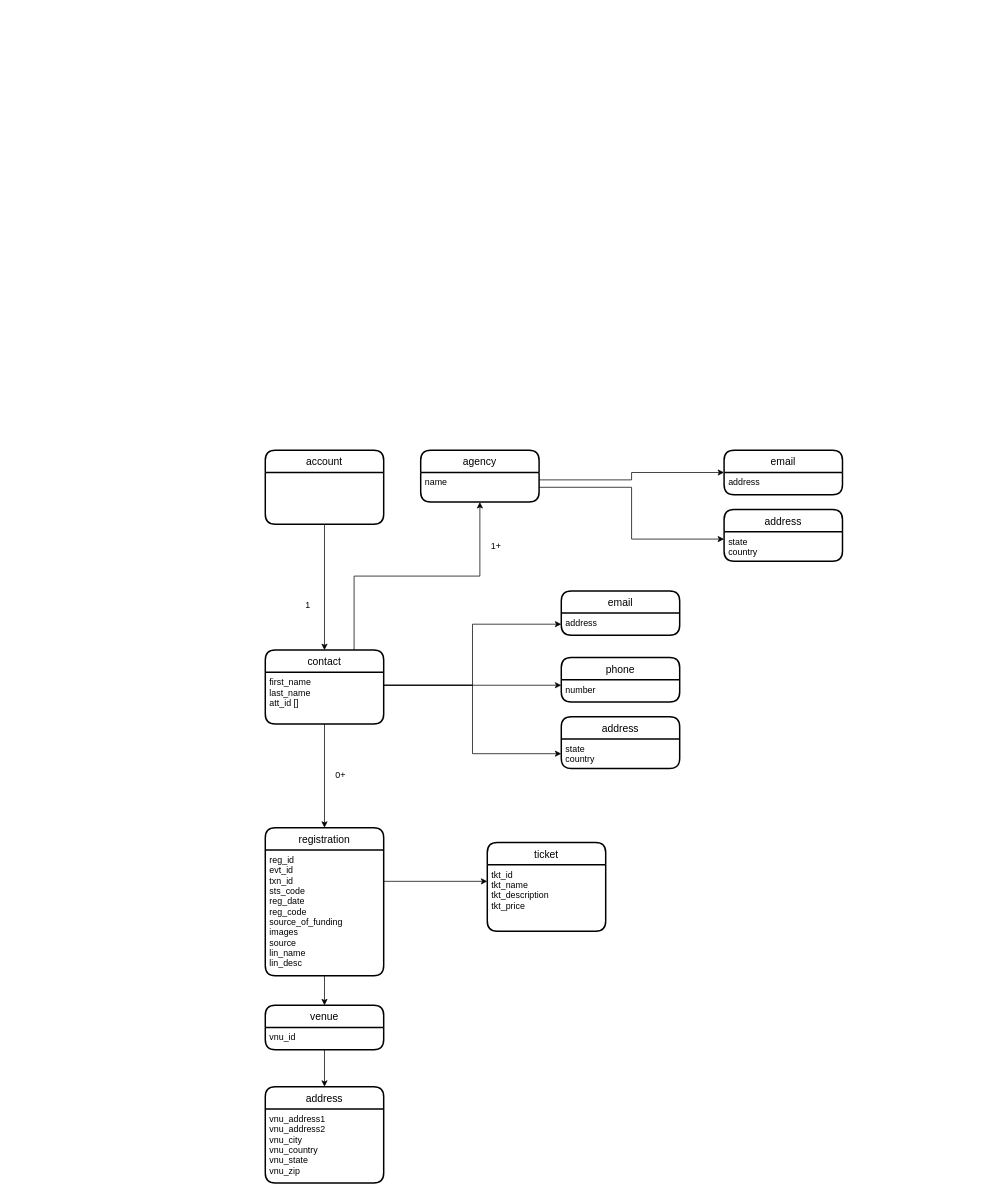
Earlier version of the draw.io diagram street-cops-data.drawio (razaman2/diagram). Source tidied: cells renumbered, new cells numbered last; positions are measured from the earlier drawing's top-left corner, leaving out a move shared by most shapes. Both pictures are drawn from the tidied source at 74%, with x=0, y=0 at pixel (265, 450).
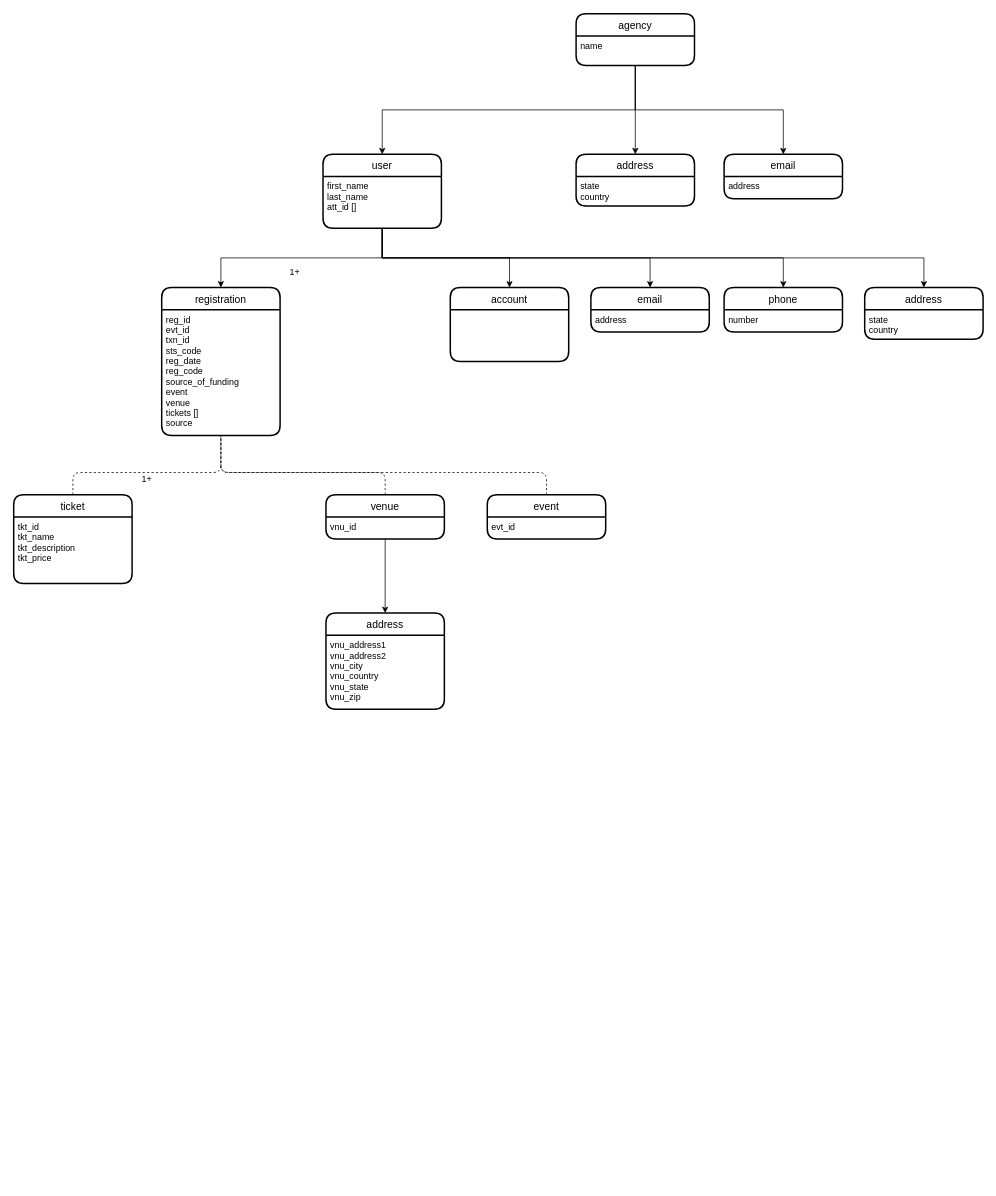
The same page after the edit.

Commit message:
updated the collection relationships

The change refers to these unchanged cells:
```xml
<mxCell id="8" value="number" style="align=left;strokeColor=none;fillColor=none;spacingLeft=4;fontSize=12;verticalAlign=top;" parent="7" vertex="1">
  <mxGeometry y="30" width="160" height="30" as="geometry" />
</mxCell>
<mxCell id="34" value="vnu_id" style="align=left;strokeColor=none;fillColor=none;spacingLeft=4;fontSize=12;verticalAlign=top;" parent="33" vertex="1">
  <mxGeometry y="30" width="160" height="30" as="geometry" />
</mxCell>
```

The edit, as a diff of the source:
```diff
@@
-    <mxCell id="2" style="edgeStyle=orthogonalEdgeStyle;rounded=0;jettySize=auto;html=1;exitX=0.75;exitY=0;exitDx=0;exitDy=0;entryX=0.5;entryY=1;entryDx=0;entryDy=0;" parent="1" edge="1" source="3" target="12">
-      <mxGeometry relative="1" as="geometry" />
-    </mxCell>
-    <mxCell id="3" value="contact" style="swimlane;horizontal=1;startSize=30;rounded=1;fontSize=14;fontStyle=0;strokeWidth=2;shadow=0;dashed=0;align=center;" parent="1" vertex="1">
-      <mxGeometry y="270" width="160" height="100" as="geometry" />
-    </mxCell>
+    <mxCell id="15" value="address" style="swimlane;horizontal=1;startSize=30;rounded=1;fontSize=14;fontStyle=0;strokeWidth=2;shadow=0;dashed=0;align=center;" parent="1" vertex="1">
+      <mxGeometry x="810" y="-220" width="160" height="70" as="geometry" />
+    </mxCell>
+    <mxCell id="16" value="state&#10;country" style="align=left;strokeColor=none;fillColor=none;spacingLeft=4;fontSize=12;verticalAlign=top;" parent="15" vertex="1">
+      <mxGeometry y="30" width="160" height="40" as="geometry" />
+    </mxCell>
+    <mxCell id="24" value="ticket" style="swimlane;horizontal=1;startSize=30;rounded=1;fontSize=14;fontStyle=0;strokeWidth=2;shadow=0;dashed=0;align=center;" parent="1" vertex="1">
+      <mxGeometry x="-340" y="60" width="160" height="120" as="geometry" />
+    </mxCell>
+    <mxCell id="25" value="tkt_id&#10;tkt_name&#10;tkt_description&#10;tkt_price" style="align=left;strokeColor=none;fillColor=none;spacingLeft=4;fontSize=12;verticalAlign=top;" parent="24" vertex="1">
+      <mxGeometry y="30" width="160" height="90" as="geometry" />
+    </mxCell>
+    <mxCell id="11" value="agency" style="swimlane;horizontal=1;startSize=30;rounded=1;fontSize=14;fontStyle=0;strokeWidth=2;shadow=0;dashed=0;align=center;" parent="1" vertex="1">
+      <mxGeometry x="420" y="-590" width="160" height="70" as="geometry" />
+    </mxCell>
+    <mxCell id="12" value="name" style="align=left;strokeColor=none;fillColor=none;spacingLeft=4;fontSize=12;verticalAlign=top;" parent="11" vertex="1">
+      <mxGeometry y="30" width="160" height="40" as="geometry" />
+    </mxCell>
+    <mxCell id="39" value="email" style="swimlane;horizontal=1;startSize=30;rounded=1;fontSize=14;fontStyle=0;strokeWidth=2;shadow=0;dashed=0;align=center;" parent="1" vertex="1">
+      <mxGeometry x="620" y="-400" width="160" height="60" as="geometry" />
+    </mxCell>
+    <mxCell id="40" value="address" style="align=left;strokeColor=none;fillColor=none;spacingLeft=4;fontSize=12;verticalAlign=top;" parent="39" vertex="1">
+      <mxGeometry y="30" width="160" height="30" as="geometry" />
+    </mxCell>
+    <mxCell id="41" value="address" style="swimlane;horizontal=1;startSize=30;rounded=1;fontSize=14;fontStyle=0;strokeWidth=2;shadow=0;dashed=0;align=center;" parent="1" vertex="1">
+      <mxGeometry x="420" y="-400" width="160" height="70" as="geometry" />
+    </mxCell>
+    <mxCell id="10" value="state&#10;country" style="align=left;strokeColor=none;fillColor=none;spacingLeft=4;fontSize=12;verticalAlign=top;" parent="41" vertex="1">
+      <mxGeometry y="30" width="160" height="40" as="geometry" />
+    </mxCell>
+    <mxCell id="42" style="edgeStyle=orthogonalEdgeStyle;rounded=0;jettySize=auto;html=1;exitX=0.5;exitY=1;exitDx=0;exitDy=0;" parent="1" edge="1" source="12" target="41">
+      <mxGeometry relative="1" as="geometry" />
+    </mxCell>
+    <mxCell id="43" style="edgeStyle=orthogonalEdgeStyle;rounded=0;jettySize=auto;html=1;exitX=0.5;exitY=1;exitDx=0;exitDy=0;" parent="1" edge="1" source="12" target="39">
+      <mxGeometry relative="1" as="geometry" />
+    </mxCell>
+    <mxCell id="44" value="user" style="swimlane;horizontal=1;startSize=30;rounded=1;fontSize=14;fontStyle=0;strokeWidth=2;shadow=0;dashed=0;align=center;" parent="1" vertex="1">
+      <mxGeometry x="78" y="-400" width="160" height="100" as="geometry" />
+    </mxCell>
-    <mxCell id="4" value="first_name&#10;last_name&#10;att_id []" style="align=left;strokeColor=none;fillColor=none;spacingLeft=4;fontSize=12;verticalAlign=top;" parent="3" vertex="1">
+    <mxCell id="4" value="first_name&#10;last_name&#10;att_id []" style="align=left;strokeColor=none;fillColor=none;spacingLeft=4;fontSize=12;verticalAlign=top;" parent="44" vertex="1">
       <mxGeometry y="30" width="160" height="70" as="geometry" />
     </mxCell>
-    <mxCell id="5" value="email" style="swimlane;horizontal=1;startSize=30;rounded=1;fontSize=14;fontStyle=0;strokeWidth=2;shadow=0;dashed=0;align=center;" parent="1" vertex="1">
-      <mxGeometry x="400" y="190" width="160" height="60" as="geometry" />
-    </mxCell>
-    <mxCell id="6" value="address" style="align=left;strokeColor=none;fillColor=none;spacingLeft=4;fontSize=12;verticalAlign=top;" parent="5" vertex="1">
-      <mxGeometry y="30" width="160" height="30" as="geometry" />
-    </mxCell>
+    <mxCell id="45" style="edgeStyle=orthogonalEdgeStyle;rounded=0;jettySize=auto;html=1;exitX=0.5;exitY=1;exitDx=0;exitDy=0;entryX=0.5;entryY=0;entryDx=0;entryDy=0;" parent="1" edge="1" source="12" target="44">
+      <mxGeometry relative="1" as="geometry" />
+    </mxCell>
+    <mxCell id="28" value="account" style="swimlane;horizontal=1;startSize=30;rounded=1;fontSize=14;fontStyle=0;strokeWidth=2;shadow=0;dashed=0;align=center;" parent="1" vertex="1">
+      <mxGeometry x="250" y="-220" width="160" height="100" as="geometry" />
+    </mxCell>
+    <mxCell id="46" style="edgeStyle=orthogonalEdgeStyle;rounded=0;jettySize=auto;html=1;exitX=0.5;exitY=1;exitDx=0;exitDy=0;" parent="1" edge="1" source="4" target="28">
+      <mxGeometry relative="1" as="geometry" />
+    </mxCell>
+    <mxCell id="47" value="email" style="swimlane;horizontal=1;startSize=30;rounded=1;fontSize=14;fontStyle=0;strokeWidth=2;shadow=0;dashed=0;align=center;" parent="1" vertex="1">
+      <mxGeometry x="440" y="-220" width="160" height="60" as="geometry" />
+    </mxCell>
+    <mxCell id="48" value="address" style="align=left;strokeColor=none;fillColor=none;spacingLeft=4;fontSize=12;verticalAlign=top;" parent="47" vertex="1">
+      <mxGeometry y="30" width="160" height="30" as="geometry" />
+    </mxCell>
+    <mxCell id="49" style="edgeStyle=orthogonalEdgeStyle;rounded=0;jettySize=auto;html=1;exitX=0.5;exitY=1;exitDx=0;exitDy=0;entryX=0.5;entryY=0;entryDx=0;entryDy=0;" parent="1" edge="1" source="4" target="47">
+      <mxGeometry relative="1" as="geometry" />
+    </mxCell>
     <mxCell id="7" value="phone" style="swimlane;horizontal=1;startSize=30;rounded=1;fontSize=14;fontStyle=0;strokeWidth=2;shadow=0;dashed=0;align=center;" parent="1" vertex="1">
-      <mxGeometry x="400" y="280" width="160" height="60" as="geometry" />
+      <mxGeometry x="620" y="-220" width="160" height="60" as="geometry" />
     </mxCell>
@@
-    <mxCell id="9" value="address" style="swimlane;horizontal=1;startSize=30;rounded=1;fontSize=14;fontStyle=0;strokeWidth=2;shadow=0;dashed=0;align=center;" parent="1" vertex="1">
-      <mxGeometry x="400" y="360" width="160" height="70" as="geometry" />
-    </mxCell>
-    <mxCell id="10" value="state&#10;country" style="align=left;strokeColor=none;fillColor=none;spacingLeft=4;fontSize=12;verticalAlign=top;" parent="9" vertex="1">
-      <mxGeometry y="30" width="160" height="40" as="geometry" />
-    </mxCell>
-    <mxCell id="11" value="agency" style="swimlane;horizontal=1;startSize=30;rounded=1;fontSize=14;fontStyle=0;strokeWidth=2;shadow=0;dashed=0;align=center;" parent="1" vertex="1">
-      <mxGeometry x="210" width="160" height="70" as="geometry" />
-    </mxCell>
-    <mxCell id="12" value="name" style="align=left;strokeColor=none;fillColor=none;spacingLeft=4;fontSize=12;verticalAlign=top;" parent="11" vertex="1">
-      <mxGeometry y="30" width="160" height="40" as="geometry" />
-    </mxCell>
-    <mxCell id="13" value="email" style="swimlane;horizontal=1;startSize=30;rounded=1;fontSize=14;fontStyle=0;strokeWidth=2;shadow=0;dashed=0;align=center;" parent="1" vertex="1">
-      <mxGeometry x="620" width="160" height="60" as="geometry" />
-    </mxCell>
-    <mxCell id="14" value="address" style="align=left;strokeColor=none;fillColor=none;spacingLeft=4;fontSize=12;verticalAlign=top;" parent="13" vertex="1">
-      <mxGeometry y="30" width="160" height="30" as="geometry" />
-    </mxCell>
-    <mxCell id="15" value="address" style="swimlane;horizontal=1;startSize=30;rounded=1;fontSize=14;fontStyle=0;strokeWidth=2;shadow=0;dashed=0;align=center;" parent="1" vertex="1">
-      <mxGeometry x="620" y="80" width="160" height="70" as="geometry" />
-    </mxCell>
-    <mxCell id="16" value="state&#10;country" style="align=left;strokeColor=none;fillColor=none;spacingLeft=4;fontSize=12;verticalAlign=top;" parent="15" vertex="1">
-      <mxGeometry y="30" width="160" height="40" as="geometry" />
-    </mxCell>
-    <mxCell id="17" style="edgeStyle=orthogonalEdgeStyle;rounded=0;jettySize=auto;html=1;exitX=1;exitY=0.25;exitDx=0;exitDy=0;entryX=0;entryY=0.5;entryDx=0;entryDy=0;" parent="1" edge="1" source="12" target="13">
-      <mxGeometry relative="1" as="geometry" />
-    </mxCell>
-    <mxCell id="18" style="edgeStyle=orthogonalEdgeStyle;rounded=0;jettySize=auto;html=1;exitX=1;exitY=0.5;exitDx=0;exitDy=0;entryX=0;entryY=0.25;entryDx=0;entryDy=0;" parent="1" edge="1" source="12" target="16">
-      <mxGeometry relative="1" as="geometry" />
-    </mxCell>
-    <mxCell id="19" style="edgeStyle=orthogonalEdgeStyle;rounded=0;jettySize=auto;html=1;exitX=1;exitY=0.25;exitDx=0;exitDy=0;entryX=0;entryY=0.5;entryDx=0;entryDy=0;" parent="1" edge="1" source="4" target="6">
-      <mxGeometry relative="1" as="geometry" />
-    </mxCell>
-    <mxCell id="20" style="edgeStyle=orthogonalEdgeStyle;rounded=0;jettySize=auto;html=1;exitX=1;exitY=0.25;exitDx=0;exitDy=0;entryX=0;entryY=0.5;entryDx=0;entryDy=0;" parent="1" edge="1" source="4" target="10">
-      <mxGeometry relative="1" as="geometry" />
-    </mxCell>
+    <mxCell id="50" style="edgeStyle=orthogonalEdgeStyle;rounded=0;jettySize=auto;html=1;exitX=0.5;exitY=1;exitDx=0;exitDy=0;entryX=0.5;entryY=0;entryDx=0;entryDy=0;" parent="1" edge="1" source="4" target="7">
+      <mxGeometry relative="1" as="geometry" />
+    </mxCell>
     <mxCell id="21" value="registration" style="swimlane;horizontal=1;startSize=30;rounded=1;fontSize=14;fontStyle=0;strokeWidth=2;shadow=0;dashed=0;align=center;" parent="1" vertex="1">
-      <mxGeometry y="510" width="160" height="200" as="geometry" />
+      <mxGeometry x="-140" y="-220" width="160" height="200" as="geometry" />
     </mxCell>
-    <mxCell id="22" value="reg_id&#10;evt_id&#10;txn_id&#10;sts_code&#10;reg_date&#10;reg_code&#10;source_of_funding&#10;images&#10;source&#10;lin_name&#10;lin_desc" style="align=left;strokeColor=none;fillColor=none;spacingLeft=4;fontSize=12;verticalAlign=top;" parent="21" vertex="1">
-      <mxGeometry y="30" width="160" height="170" as="geometry" />
-    </mxCell>
-    <mxCell id="23" style="edgeStyle=orthogonalEdgeStyle;rounded=0;jettySize=auto;html=1;exitX=1;exitY=0.25;exitDx=0;exitDy=0;entryX=0;entryY=0.25;entryDx=0;entryDy=0;" parent="1" edge="1" source="4" target="8">
-      <mxGeometry relative="1" as="geometry" />
-    </mxCell>
-    <mxCell id="24" value="ticket" style="swimlane;horizontal=1;startSize=30;rounded=1;fontSize=14;fontStyle=0;strokeWidth=2;shadow=0;dashed=0;align=center;" parent="1" vertex="1">
-      <mxGeometry x="300" y="530" width="160" height="120" as="geometry" />
-    </mxCell>
-    <mxCell id="25" value="tkt_id&#10;tkt_name&#10;tkt_description&#10;tkt_price" style="align=left;strokeColor=none;fillColor=none;spacingLeft=4;fontSize=12;verticalAlign=top;" parent="24" vertex="1">
-      <mxGeometry y="30" width="160" height="90" as="geometry" />
-    </mxCell>
-    <mxCell id="26" style="edgeStyle=orthogonalEdgeStyle;rounded=0;jettySize=auto;html=1;exitX=1;exitY=0.25;exitDx=0;exitDy=0;entryX=0;entryY=0.25;entryDx=0;entryDy=0;" parent="1" edge="1" source="22" target="25">
-      <mxGeometry relative="1" as="geometry" />
-    </mxCell>
-    <mxCell id="27" style="edgeStyle=orthogonalEdgeStyle;rounded=0;jettySize=auto;html=1;exitX=0.5;exitY=1;exitDx=0;exitDy=0;entryX=0.5;entryY=0;entryDx=0;entryDy=0;" parent="1" edge="1" source="28" target="3">
-      <mxGeometry relative="1" as="geometry" />
-    </mxCell>
-    <mxCell id="28" value="account" style="swimlane;horizontal=1;startSize=30;rounded=1;fontSize=14;fontStyle=0;strokeWidth=2;shadow=0;dashed=0;align=center;" parent="1" vertex="1">
-      <mxGeometry width="160" height="100" as="geometry" />
-    </mxCell>
+    <mxCell id="51" value="reg_id&#10;evt_id&#10;txn_id&#10;sts_code&#10;reg_date&#10;reg_code&#10;source_of_funding&#10;event&#10;venue&#10;tickets []&#10;source" style="align=left;strokeColor=none;fillColor=none;spacingLeft=4;fontSize=12;verticalAlign=top;" parent="21" vertex="1">
+      <mxGeometry y="30" width="160" height="170" as="geometry" />
+    </mxCell>
@@
-    <mxCell id="30" value="0+" style="text;html=1;strokeColor=none;fillColor=none;align=center;verticalAlign=middle;whiteSpace=wrap;rounded=0;" parent="1" vertex="1">
-      <mxGeometry x="82" y="430" width="40" height="20" as="geometry" />
-    </mxCell>
-    <mxCell id="31" value="1+" style="text;html=1;strokeColor=none;fillColor=none;align=center;verticalAlign=middle;whiteSpace=wrap;rounded=0;" parent="1" vertex="1">
-      <mxGeometry x="292" y="120" width="40" height="20" as="geometry" />
-    </mxCell>
-    <mxCell id="32" value="1" style="text;html=1;strokeColor=none;fillColor=none;align=center;verticalAlign=middle;whiteSpace=wrap;rounded=0;" parent="1" vertex="1">
-      <mxGeometry x="38" y="200" width="40" height="20" as="geometry" />
-    </mxCell>
     <mxCell id="33" value="venue" style="swimlane;horizontal=1;startSize=30;rounded=1;fontSize=14;fontStyle=0;strokeWidth=2;shadow=0;dashed=0;align=center;" parent="1" vertex="1">
-      <mxGeometry y="750" width="160" height="60" as="geometry" />
+      <mxGeometry x="82" y="60" width="160" height="60" as="geometry" />
     </mxCell>
@@
-    <mxCell id="35" value="address" style="swimlane;horizontal=1;startSize=30;rounded=1;fontSize=14;fontStyle=0;strokeWidth=2;shadow=0;dashed=0;align=center;" parent="1" vertex="1">
-      <mxGeometry y="860" width="160" height="130" as="geometry" />
-    </mxCell>
+    <mxCell id="52" value="event" style="swimlane;horizontal=1;startSize=30;rounded=1;fontSize=14;fontStyle=0;strokeWidth=2;shadow=0;dashed=0;align=center;" parent="1" vertex="1">
+      <mxGeometry x="300" y="60" width="160" height="60" as="geometry" />
+    </mxCell>
+    <mxCell id="53" value="evt_id" style="align=left;strokeColor=none;fillColor=none;spacingLeft=4;fontSize=12;verticalAlign=top;" parent="52" vertex="1">
+      <mxGeometry y="30" width="160" height="30" as="geometry" />
+    </mxCell>
+    <mxCell id="54" value="address" style="swimlane;horizontal=1;startSize=30;rounded=1;fontSize=14;fontStyle=0;strokeWidth=2;shadow=0;dashed=0;align=center;" parent="1" vertex="1">
+      <mxGeometry x="82" y="220" width="160" height="130" as="geometry" />
+    </mxCell>
-    <mxCell id="36" value="vnu_address1&#10;vnu_address2&#10;vnu_city&#10;vnu_country&#10;vnu_state&#10;vnu_zip" style="align=left;strokeColor=none;fillColor=none;spacingLeft=4;fontSize=12;verticalAlign=top;" parent="35" vertex="1">
+    <mxCell id="36" value="vnu_address1&#10;vnu_address2&#10;vnu_city&#10;vnu_country&#10;vnu_state&#10;vnu_zip" style="align=left;strokeColor=none;fillColor=none;spacingLeft=4;fontSize=12;verticalAlign=top;" parent="54" vertex="1">
       <mxGeometry y="30" width="160" height="100" as="geometry" />
     </mxCell>
-    <mxCell id="37" style="edgeStyle=orthogonalEdgeStyle;rounded=0;jettySize=auto;html=1;exitX=0.5;exitY=1;exitDx=0;exitDy=0;entryX=0.5;entryY=0;entryDx=0;entryDy=0;" parent="1" edge="1" source="34" target="35">
-      <mxGeometry relative="1" as="geometry" />
-    </mxCell>
-    <mxCell id="38" style="edgeStyle=orthogonalEdgeStyle;rounded=0;jettySize=auto;html=1;exitX=0.5;exitY=1;exitDx=0;exitDy=0;entryX=0.5;entryY=0;entryDx=0;entryDy=0;" parent="1" edge="1" source="22" target="33">
-      <mxGeometry relative="1" as="geometry" />
-    </mxCell>
+    <mxCell id="55" style="edgeStyle=orthogonalEdgeStyle;rounded=0;jettySize=auto;html=1;exitX=0.5;exitY=1;exitDx=0;exitDy=0;entryX=0.5;entryY=0;entryDx=0;entryDy=0;" parent="1" edge="1" source="34" target="54">
+      <mxGeometry relative="1" as="geometry" />
+    </mxCell>
+    <mxCell id="56" style="endArrow=none;dashed=1;html=1;entryX=0.5;entryY=1;entryDx=0;entryDy=0;exitX=0.5;exitY=0;exitDx=0;exitDy=0;" parent="1" edge="1" source="33" target="51">
+      <mxGeometry relative="1" as="geometry">
+        <Array as="points">
+          <mxPoint x="162" y="30" />
+          <mxPoint x="-60" y="30" />
+        </Array>
+      </mxGeometry>
+    </mxCell>
+    <mxCell id="57" value="1+" style="text;html=1;strokeColor=none;fillColor=none;align=center;verticalAlign=middle;whiteSpace=wrap;rounded=0;" parent="1" vertex="1">
+      <mxGeometry x="-180" y="30" width="40" height="20" as="geometry" />
+    </mxCell>
+    <mxCell id="58" value="1+" style="text;html=1;strokeColor=none;fillColor=none;align=center;verticalAlign=middle;whiteSpace=wrap;rounded=0;" parent="1" vertex="1">
+      <mxGeometry x="20" y="-250" width="40" height="20" as="geometry" />
+    </mxCell>
+    <mxCell id="59" style="edgeStyle=orthogonalEdgeStyle;rounded=0;jettySize=auto;html=1;exitX=0.5;exitY=1;exitDx=0;exitDy=0;" parent="1" edge="1" source="4" target="15">
+      <mxGeometry relative="1" as="geometry" />
+    </mxCell>
+    <mxCell id="60" style="endArrow=none;dashed=1;html=1;exitX=0.5;exitY=0;exitDx=0;exitDy=0;entryX=0.5;entryY=1;entryDx=0;entryDy=0;" parent="1" edge="1" source="24" target="51">
+      <mxGeometry relative="1" as="geometry">
+        <Array as="points">
+          <mxPoint x="-260" y="30" />
+          <mxPoint x="-60" y="30" />
+        </Array>
+      </mxGeometry>
+    </mxCell>
+    <mxCell id="61" style="endArrow=none;dashed=1;html=1;exitX=0.5;exitY=0;exitDx=0;exitDy=0;entryX=0.5;entryY=1;entryDx=0;entryDy=0;" parent="1" edge="1" source="52" target="51">
+      <mxGeometry relative="1" as="geometry">
+        <Array as="points">
+          <mxPoint x="380" y="30" />
+          <mxPoint x="-60" y="30" />
+        </Array>
+      </mxGeometry>
+    </mxCell>
```
